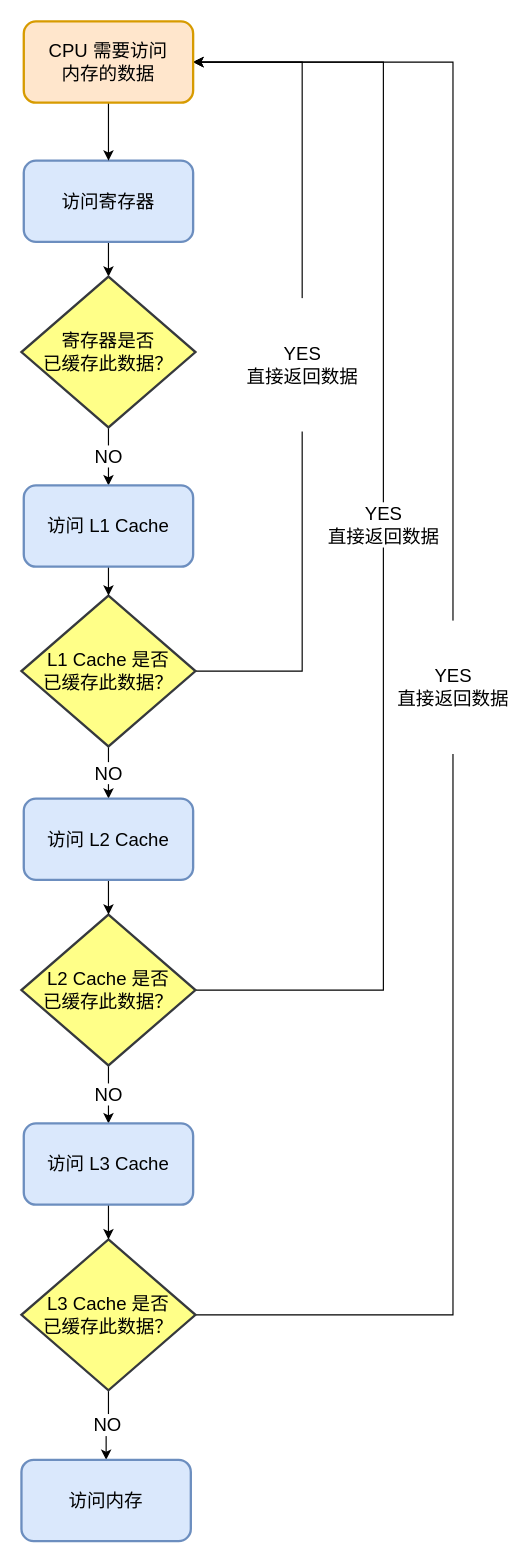
Earlier version of the draw.io diagram 操作系统/存储结构/缓存体系.drawio (xiaolincoder/ImageHost2). Source tidied: cells renumbered, new cells numbered last; positions are measured from the earlier drawing's top-left corner, leaving out a move shared by most shapes. Both pictures are drawn from the tidied source at 116%, with x=0, y=0 at pixel (21, 21).
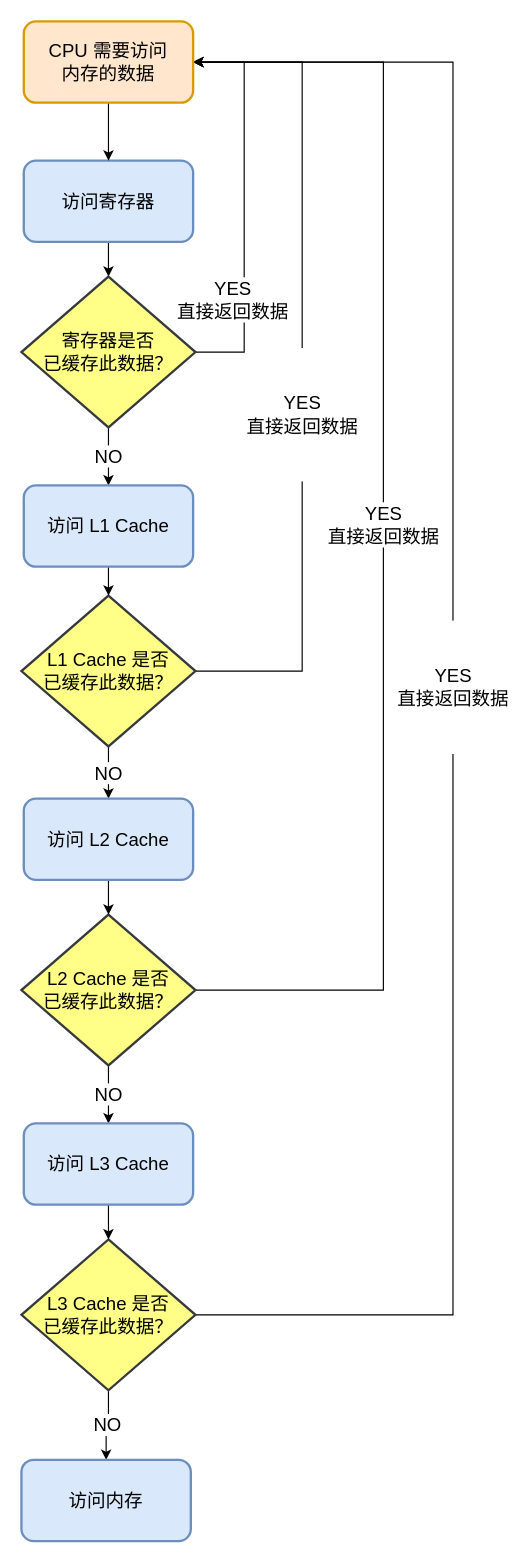
Above is the later version.

Commit message:
更新缓存体系.drawio

Unchanged cells that the change refers to:
```xml
<mxCell id="5" value="寄存器是否&lt;br style=&quot;font-size: 16px&quot;&gt;已缓存此数据？" style="strokeWidth=2;html=1;shape=mxgraph.flowchart.decision;whiteSpace=wrap;sketch=0;fontSize=16;fillColor=#ffff88;strokeColor=#36393d;" parent="1" vertex="1">
  <mxGeometry y="220" width="150" height="130" as="geometry" />
</mxCell>
<mxCell id="8" value="L1 Cache 是否&lt;br style=&quot;font-size: 16px&quot;&gt;已缓存此数据？" style="strokeWidth=2;html=1;shape=mxgraph.flowchart.decision;whiteSpace=wrap;sketch=0;fontSize=16;fillColor=#ffff88;strokeColor=#36393d;" parent="1" vertex="1">
  <mxGeometry y="495" width="150" height="130" as="geometry" />
</mxCell>
<mxCell id="17" value="CPU 需要访问&lt;br style=&quot;font-size: 16px;&quot;&gt;内存的数据" style="rounded=1;whiteSpace=wrap;html=1;strokeWidth=2;fillWeight=4;hachureGap=8;hachureAngle=45;fillColor=#ffe6cc;sketch=0;strokeColor=#d79b00;fontSize=16;" parent="1" vertex="1">
  <mxGeometry x="2" width="146" height="70" as="geometry" />
</mxCell>
```

Diff of the diagram source:
```diff
@@
+    <mxCell id="24" value="YES&lt;br style=&quot;font-size: 16px;&quot;&gt;直接返回数据" style="edgeStyle=orthogonalEdgeStyle;rounded=0;jettySize=auto;html=1;entryX=1;entryY=0.5;entryDx=0;entryDy=0;exitX=1;exitY=0.5;exitDx=0;exitDy=0;exitPerimeter=0;fontSize=16;" parent="1" edge="1" source="5" target="17">
+      <mxGeometry x="-0.48" y="10" relative="1" as="geometry">
+        <Array as="points">
+          <mxPoint x="192" y="285" />
+          <mxPoint x="192" y="35" />
+        </Array>
+      </mxGeometry>
+    </mxCell>
@@
     <mxCell id="6" value="&#10;&#10;&lt;span style=&quot;color: rgb(0, 0, 0); font-family: helvetica; font-size: 16px; font-style: normal; font-weight: 400; letter-spacing: normal; text-align: center; text-indent: 0px; text-transform: none; word-spacing: 0px; background-color: rgb(255, 255, 255); display: inline; float: none;&quot;&gt;YES&lt;/span&gt;&lt;br style=&quot;color: rgb(0, 0, 0); font-family: helvetica; font-size: 16px; font-style: normal; font-weight: 400; letter-spacing: normal; text-align: center; text-indent: 0px; text-transform: none; word-spacing: 0px;&quot;&gt;&lt;span style=&quot;color: rgb(0, 0, 0); font-family: helvetica; font-size: 16px; font-style: normal; font-weight: 400; letter-spacing: normal; text-align: center; text-indent: 0px; text-transform: none; word-spacing: 0px; background-color: rgb(255, 255, 255); display: inline; float: none;&quot;&gt;直接返回数据&lt;/span&gt;&#10;&#10;" style="edgeStyle=orthogonalEdgeStyle;rounded=0;jettySize=auto;html=1;entryX=1;entryY=0.5;entryDx=0;entryDy=0;fontSize=16;exitX=1;exitY=0.5;exitDx=0;exitDy=0;exitPerimeter=0;" parent="1" edge="1" source="8" target="17">
-      <mxGeometry relative="1" as="geometry">
+      <mxGeometry x="-0.12" relative="1" as="geometry">
         <Array as="points">
           <mxPoint x="242" y="560" />
           <mxPoint x="242" y="35" />
         </Array>
       </mxGeometry>
     </mxCell>
```
